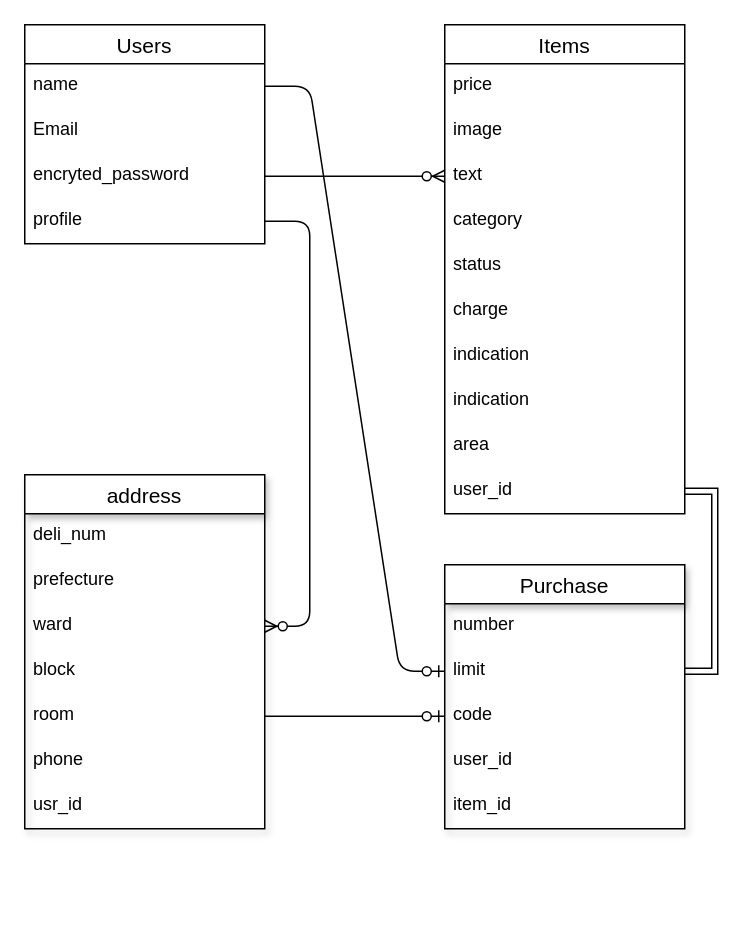
This is ER.dio from ma-bo-3711/furima-36252, a draw.io file, before an edit. Source tidied: cells renumbered, new cells numbered last; positions are measured from the earlier drawing's top-left corner, leaving out a move shared by most shapes. Both pictures are drawn from the tidied source at 150%, with x=0, y=0 at pixel (24, 24).
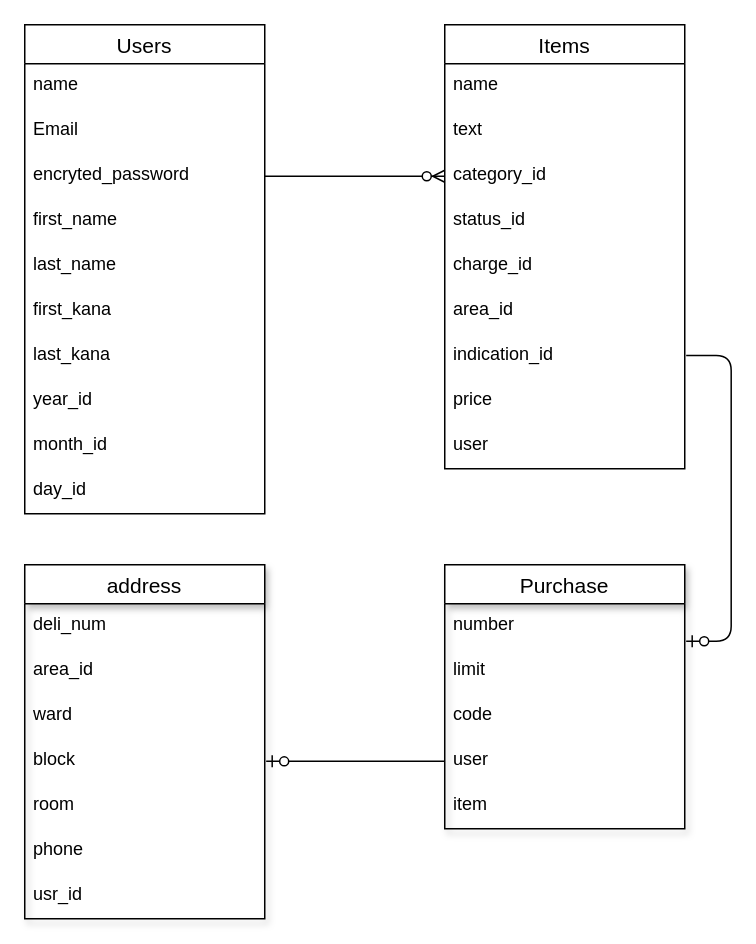
Above is the later version.

Unchanged cells that the change refers to:
```xml
<mxCell id="3" value="name   " style="text;strokeColor=none;fillColor=none;spacingLeft=4;spacingRight=4;overflow=hidden;points=[[0,0.5],[1,0.5]];portConstraint=eastwest;fontSize=12;rotation=0;" parent="2" vertex="1">
  <mxGeometry y="26" width="160" height="30" as="geometry" />
</mxCell>
<mxCell id="5" value="encryted_password" style="text;strokeColor=none;fillColor=none;spacingLeft=4;spacingRight=4;overflow=hidden;points=[[0,0.5],[1,0.5]];portConstraint=eastwest;fontSize=12;shadow=1;rotation=0;" parent="2" vertex="1">
  <mxGeometry y="86" width="160" height="30" as="geometry" />
</mxCell>
<mxCell id="18" value="Purchase" style="swimlane;fontStyle=0;horizontal=1;startSize=26;align=center;fontSize=14;shadow=1;" parent="1" vertex="1">
  <mxGeometry x="280" y="360" width="160" height="176" as="geometry" />
</mxCell>
<mxCell id="20" value="limit" style="text;strokeColor=none;fillColor=none;spacingLeft=4;spacingRight=4;overflow=hidden;points=[[0,0.5],[1,0.5]];portConstraint=eastwest;fontSize=12;" parent="18" vertex="1">
  <mxGeometry y="56" width="160" height="30" as="geometry" />
</mxCell>
<mxCell id="21" value="code" style="text;strokeColor=none;fillColor=none;spacingLeft=4;spacingRight=4;overflow=hidden;points=[[0,0.5],[1,0.5]];portConstraint=eastwest;fontSize=12;" parent="18" vertex="1">
  <mxGeometry y="86" width="160" height="30" as="geometry" />
</mxCell>
<mxCell id="27" value="ward" style="text;strokeColor=none;fillColor=none;spacingLeft=4;spacingRight=4;overflow=hidden;points=[[0,0.5],[1,0.5]];portConstraint=eastwest;fontSize=12;" parent="24" vertex="1">
  <mxGeometry y="86" width="160" height="30" as="geometry" />
</mxCell>
<mxCell id="28" value="block" style="text;strokeColor=none;fillColor=none;spacingLeft=4;spacingRight=4;overflow=hidden;points=[[0,0.5],[1,0.5]];portConstraint=eastwest;fontSize=12;" parent="24" vertex="1">
  <mxGeometry y="116" width="160" height="30" as="geometry" />
</mxCell>
<mxCell id="29" value="room" style="text;strokeColor=none;fillColor=none;spacingLeft=4;spacingRight=4;overflow=hidden;points=[[0,0.5],[1,0.5]];portConstraint=eastwest;fontSize=12;" parent="24" vertex="1">
  <mxGeometry y="146" width="160" height="30" as="geometry" />
</mxCell>
```

The edit, as a diff of the source:
```diff
@@
     <mxCell id="2" value="Users" style="swimlane;fontStyle=0;horizontal=1;startSize=26;align=center;fontSize=14;rotation=0;" parent="1" vertex="1">
-      <mxGeometry width="160" height="146" as="geometry" />
+      <mxGeometry width="160" height="326" as="geometry" />
     </mxCell>
@@
-    <mxCell id="6" value="profile" style="text;strokeColor=none;fillColor=none;spacingLeft=4;spacingRight=4;overflow=hidden;points=[[0,0.5],[1,0.5]];portConstraint=eastwest;fontSize=12;rotation=0;" parent="2" vertex="1">
+    <mxCell id="6" value="first_name" style="text;strokeColor=none;fillColor=none;spacingLeft=4;spacingRight=4;overflow=hidden;points=[[0,0.5],[1,0.5]];portConstraint=eastwest;fontSize=12;rotation=0;" parent="2" vertex="1">
       <mxGeometry y="116" width="160" height="30" as="geometry" />
     </mxCell>
+    <mxCell id="37" value="last_name" style="text;strokeColor=none;fillColor=none;spacingLeft=4;spacingRight=4;overflow=hidden;fontSize=12;rotation=0;" parent="2" vertex="1">
+      <mxGeometry y="146" width="160" height="30" as="geometry" />
+    </mxCell>
+    <mxCell id="38" value="first_kana" style="text;strokeColor=none;fillColor=none;spacingLeft=4;spacingRight=4;overflow=hidden;fontSize=12;rotation=0;" parent="2" vertex="1">
+      <mxGeometry y="176" width="160" height="30" as="geometry" />
+    </mxCell>
+    <mxCell id="39" value="last_kana" style="text;strokeColor=none;fillColor=none;spacingLeft=4;spacingRight=4;overflow=hidden;fontSize=12;rotation=0;" parent="2" vertex="1">
+      <mxGeometry y="206" width="160" height="30" as="geometry" />
+    </mxCell>
+    <mxCell id="40" value="year_id" style="text;strokeColor=none;fillColor=none;spacingLeft=4;spacingRight=4;overflow=hidden;fontSize=12;rotation=0;" parent="2" vertex="1">
+      <mxGeometry y="236" width="160" height="30" as="geometry" />
+    </mxCell>
+    <mxCell id="41" value="month_id" style="text;strokeColor=none;fillColor=none;spacingLeft=4;spacingRight=4;overflow=hidden;fontSize=12;rotation=0;" parent="2" vertex="1">
+      <mxGeometry y="266" width="160" height="30" as="geometry" />
+    </mxCell>
+    <mxCell id="42" value="day_id" style="text;strokeColor=none;fillColor=none;spacingLeft=4;spacingRight=4;overflow=hidden;fontSize=12;rotation=0;" parent="2" vertex="1">
+      <mxGeometry y="296" width="160" height="30" as="geometry" />
+    </mxCell>
     <mxCell id="7" value="Items" style="swimlane;fontStyle=0;horizontal=1;startSize=26;align=center;fontSize=14;shadow=0;" parent="1" vertex="1">
-      <mxGeometry x="280" width="160" height="326" as="geometry" />
+      <mxGeometry x="280" width="160" height="296" as="geometry" />
     </mxCell>
-    <mxCell id="8" value="price" style="text;strokeColor=none;fillColor=none;spacingLeft=4;spacingRight=4;overflow=hidden;fontSize=12;" parent="7" vertex="1">
+    <mxCell id="8" value="name" style="text;strokeColor=none;fillColor=none;spacingLeft=4;spacingRight=4;overflow=hidden;fontSize=12;" parent="7" vertex="1">
       <mxGeometry y="26" width="160" height="30" as="geometry" />
     </mxCell>
-    <mxCell id="9" value="image" style="text;strokeColor=none;fillColor=none;spacingLeft=4;spacingRight=4;overflow=hidden;fontSize=12;" parent="7" vertex="1">
-      <mxGeometry y="56" width="160" height="30" as="geometry" />
-    </mxCell>
-    <mxCell id="10" value="text" style="text;strokeColor=none;fillColor=none;spacingLeft=4;spacingRight=4;overflow=hidden;points=[[0,0.5],[1,0.5]];portConstraint=eastwest;fontSize=12;" parent="7" vertex="1">
-      <mxGeometry y="86" width="160" height="30" as="geometry" />
-    </mxCell>
+    <mxCell id="43" value="text" style="text;strokeColor=none;fillColor=none;spacingLeft=4;spacingRight=4;overflow=hidden;fontSize=12;" parent="7" vertex="1">
+      <mxGeometry y="56" width="160" height="30" as="geometry" />
+    </mxCell>
-    <mxCell id="11" value="category" style="text;strokeColor=none;fillColor=none;spacingLeft=4;spacingRight=4;overflow=hidden;points=[[0,0.5],[1,0.5]];portConstraint=eastwest;fontSize=12;" parent="7" vertex="1">
-      <mxGeometry y="116" width="160" height="30" as="geometry" />
+    <mxCell id="11" value="category_id" style="text;strokeColor=none;fillColor=none;spacingLeft=4;spacingRight=4;overflow=hidden;points=[[0,0.5],[1,0.5]];portConstraint=eastwest;fontSize=12;" parent="7" vertex="1">
+      <mxGeometry y="86" width="160" height="30" as="geometry" />
     </mxCell>
-    <mxCell id="12" value="status" style="text;strokeColor=none;fillColor=none;spacingLeft=4;spacingRight=4;overflow=hidden;fontSize=12;" parent="7" vertex="1">
-      <mxGeometry y="146" width="160" height="30" as="geometry" />
+    <mxCell id="12" value="status_id" style="text;strokeColor=none;fillColor=none;spacingLeft=4;spacingRight=4;overflow=hidden;fontSize=12;" parent="7" vertex="1">
+      <mxGeometry y="116" width="160" height="30" as="geometry" />
     </mxCell>
-    <mxCell id="13" value="charge" style="text;strokeColor=none;fillColor=none;spacingLeft=4;spacingRight=4;overflow=hidden;fontSize=12;" parent="7" vertex="1">
-      <mxGeometry y="176" width="160" height="30" as="geometry" />
+    <mxCell id="13" value="charge_id" style="text;strokeColor=none;fillColor=none;spacingLeft=4;spacingRight=4;overflow=hidden;fontSize=12;" parent="7" vertex="1">
+      <mxGeometry y="146" width="160" height="30" as="geometry" />
     </mxCell>
+    <mxCell id="16" value="area_id" style="text;strokeColor=none;fillColor=none;spacingLeft=4;spacingRight=4;overflow=hidden;fontSize=12;" parent="7" vertex="1">
+      <mxGeometry y="176" width="160" height="30" as="geometry" />
+    </mxCell>
-    <mxCell id="14" value="indication" style="text;strokeColor=none;fillColor=none;spacingLeft=4;spacingRight=4;overflow=hidden;points=[[0,0.5],[1,0.5]];portConstraint=eastwest;fontSize=12;" parent="7" vertex="1">
+    <mxCell id="14" value="indication_id" style="text;strokeColor=none;fillColor=none;spacingLeft=4;spacingRight=4;overflow=hidden;points=[[0,0.5],[1,0.5]];portConstraint=eastwest;fontSize=12;" parent="7" vertex="1">
       <mxGeometry y="206" width="160" height="30" as="geometry" />
     </mxCell>
-    <mxCell id="15" value="indication" style="text;strokeColor=none;fillColor=none;spacingLeft=4;spacingRight=4;overflow=hidden;fontSize=12;" parent="7" vertex="1">
-      <mxGeometry y="236" width="160" height="30" as="geometry" />
-    </mxCell>
-    <mxCell id="16" value="area" style="text;strokeColor=none;fillColor=none;spacingLeft=4;spacingRight=4;overflow=hidden;fontSize=12;" parent="7" vertex="1">
-      <mxGeometry y="266" width="160" height="30" as="geometry" />
-    </mxCell>
+    <mxCell id="10" value="price" style="text;strokeColor=none;fillColor=none;spacingLeft=4;spacingRight=4;overflow=hidden;points=[[0,0.5],[1,0.5]];portConstraint=eastwest;fontSize=12;" parent="7" vertex="1">
+      <mxGeometry y="236" width="160" height="30" as="geometry" />
+    </mxCell>
-    <mxCell id="17" value="user_id" style="text;strokeColor=none;fillColor=none;spacingLeft=4;spacingRight=4;overflow=hidden;points=[[0,0.5],[1,0.5]];portConstraint=eastwest;fontSize=12;" parent="7" vertex="1">
-      <mxGeometry y="296" width="160" height="30" as="geometry" />
+    <mxCell id="17" value="user" style="text;strokeColor=none;fillColor=none;spacingLeft=4;spacingRight=4;overflow=hidden;points=[[0,0.5],[1,0.5]];portConstraint=eastwest;fontSize=12;" parent="7" vertex="1">
+      <mxGeometry y="266" width="160" height="30" as="geometry" />
     </mxCell>
@@
-    <mxCell id="22" value="user_id" style="text;strokeColor=none;fillColor=none;spacingLeft=4;spacingRight=4;overflow=hidden;points=[[0,0.5],[1,0.5]];portConstraint=eastwest;fontSize=12;" parent="18" vertex="1">
+    <mxCell id="22" value="user" style="text;strokeColor=none;fillColor=none;spacingLeft=4;spacingRight=4;overflow=hidden;points=[[0,0.5],[1,0.5]];portConstraint=eastwest;fontSize=12;" parent="18" vertex="1">
       <mxGeometry y="116" width="160" height="30" as="geometry" />
     </mxCell>
-    <mxCell id="23" value="item_id" style="text;strokeColor=none;fillColor=none;spacingLeft=4;spacingRight=4;overflow=hidden;fontSize=12;" parent="18" vertex="1">
+    <mxCell id="23" value="item" style="text;strokeColor=none;fillColor=none;spacingLeft=4;spacingRight=4;overflow=hidden;fontSize=12;" parent="18" vertex="1">
       <mxGeometry y="146" width="160" height="30" as="geometry" />
     </mxCell>
     <mxCell id="24" value="address" style="swimlane;fontStyle=0;horizontal=1;startSize=26;align=center;fontSize=14;shadow=1;" parent="1" vertex="1">
-      <mxGeometry y="300" width="160" height="236" as="geometry" />
+      <mxGeometry y="360" width="160" height="236" as="geometry" />
     </mxCell>
@@
-    <mxCell id="26" value="prefecture" style="text;strokeColor=none;fillColor=none;spacingLeft=4;spacingRight=4;overflow=hidden;fontSize=12;" parent="24" vertex="1">
+    <mxCell id="26" value="area_id" style="text;strokeColor=none;fillColor=none;spacingLeft=4;spacingRight=4;overflow=hidden;fontSize=12;" parent="24" vertex="1">
       <mxGeometry y="56" width="160" height="30" as="geometry" />
     </mxCell>
@@
-    <mxCell id="32" style="edgeStyle=entityRelationEdgeStyle;fontSize=12;html=1;endArrow=ERzeroToMany;endFill=1;strokeWidth=1;exitX=1;exitY=0.5;exitDx=0;exitDy=0;entryX=0;entryY=0.5;entryDx=0;entryDy=0;" parent="1" edge="1" source="5" target="10">
-      <mxGeometry relative="1" as="geometry" />
-    </mxCell>
-    <mxCell id="33" style="edgeStyle=entityRelationEdgeStyle;fontSize=12;html=1;endArrow=ERzeroToMany;endFill=1;strokeWidth=1;exitX=1;exitY=0.5;exitDx=0;exitDy=0;entryX=1;entryY=0.5;entryDx=0;entryDy=0;" parent="1" edge="1" source="6" target="27">
-      <mxGeometry relative="1" as="geometry" />
-    </mxCell>
-    <mxCell id="34" style="edgeStyle=entityRelationEdgeStyle;fontSize=12;html=1;endArrow=ERzeroToOne;endFill=1;strokeWidth=1;entryX=0;entryY=0.5;entryDx=0;entryDy=0;exitX=1;exitY=0.5;exitDx=0;exitDy=0;" parent="1" edge="1" source="29" target="21">
-      <mxGeometry relative="1" as="geometry" />
-    </mxCell>
-    <mxCell id="35" style="edgeStyle=orthogonalEdgeStyle;shape=link;rounded=0;sketch=0;jettySize=auto;html=1;exitX=1;exitY=0.5;exitDx=0;exitDy=0;entryX=1;entryY=0.5;entryDx=0;entryDy=0;startFill=1;endFill=1;strokeWidth=1;" parent="1" edge="1" source="17" target="20">
-      <mxGeometry relative="1" as="geometry" />
-    </mxCell>
-    <mxCell id="36" style="edgeStyle=entityRelationEdgeStyle;fontSize=12;html=1;endArrow=ERzeroToOne;endFill=1;strokeWidth=1;exitX=1;exitY=0.5;exitDx=0;exitDy=0;entryX=0;entryY=0.5;entryDx=0;entryDy=0;" parent="1" edge="1" source="3" target="20">
-      <mxGeometry relative="1" as="geometry" />
-    </mxCell>
+    <mxCell id="44" style="edgeStyle=entityRelationEdgeStyle;fontSize=12;html=1;endArrow=ERzeroToMany;endFill=1;strokeWidth=1;exitX=1;exitY=0.5;exitDx=0;exitDy=0;entryX=0;entryY=0.5;entryDx=0;entryDy=0;" parent="1" edge="1" source="5" target="11">
+      <mxGeometry relative="1" as="geometry" />
+    </mxCell>
+    <mxCell id="45" style="edgeStyle=entityRelationEdgeStyle;fontSize=12;html=1;endArrow=ERzeroToOne;endFill=1;strokeWidth=1;exitX=0;exitY=0.5;exitDx=0;exitDy=0;entryX=1.006;entryY=0.502;entryDx=0;entryDy=0;entryPerimeter=0;" parent="1" edge="1" source="22" target="28">
+      <mxGeometry relative="1" as="geometry" />
+    </mxCell>
+    <mxCell id="46" style="edgeStyle=entityRelationEdgeStyle;fontSize=12;html=1;endArrow=ERzeroToOne;endFill=1;strokeWidth=1;exitX=1.006;exitY=0.482;exitDx=0;exitDy=0;exitPerimeter=0;entryX=1.006;entryY=-0.165;entryDx=0;entryDy=0;entryPerimeter=0;" parent="1" edge="1" source="14" target="20">
+      <mxGeometry relative="1" as="geometry" />
+    </mxCell>
```
